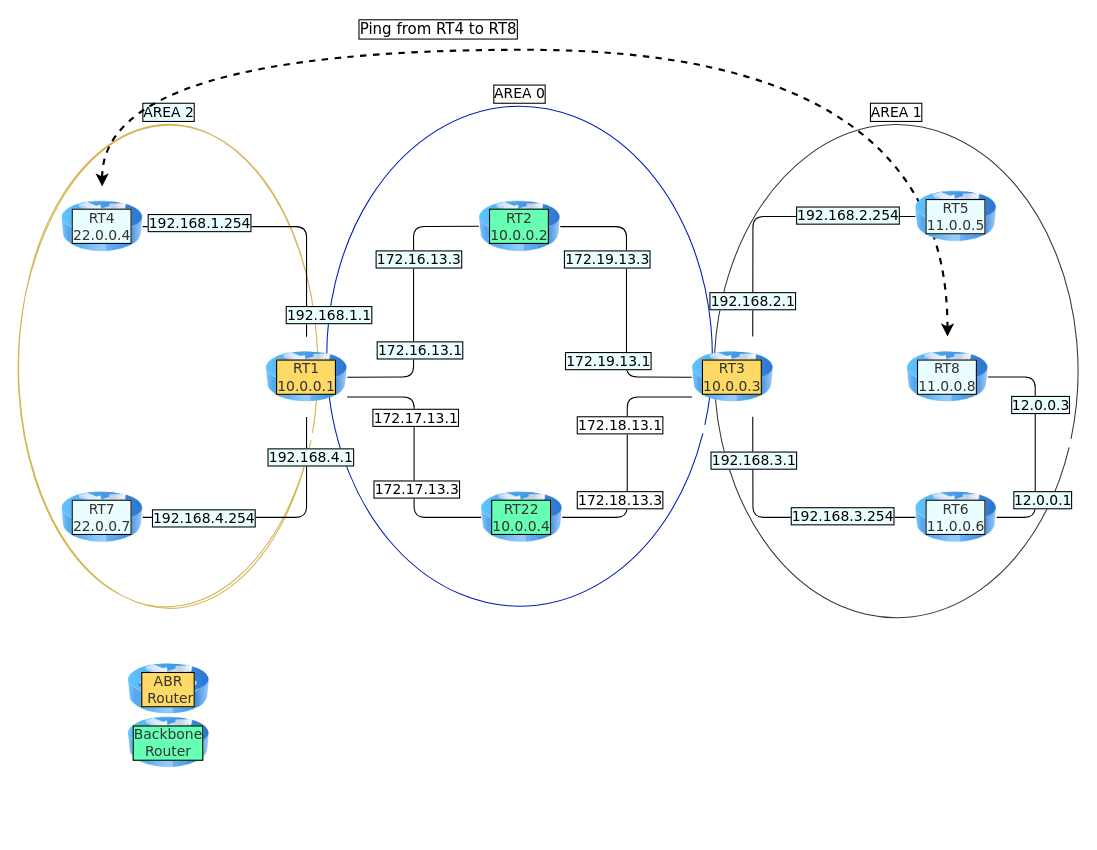
Shaligram/frr-testbed keeps this draw.io diagram as ospf_frr_netns_based_routing/OSPF_ABR.drawio. Above is the earlier version. Source tidied: cells renumbered, new cells numbered last; positions are measured from the earlier drawing's top-left corner, leaving out a move shared by most shapes. Both pictures are drawn from the tidied source at 107%, with x=0, y=0 at pixel (18, 49).
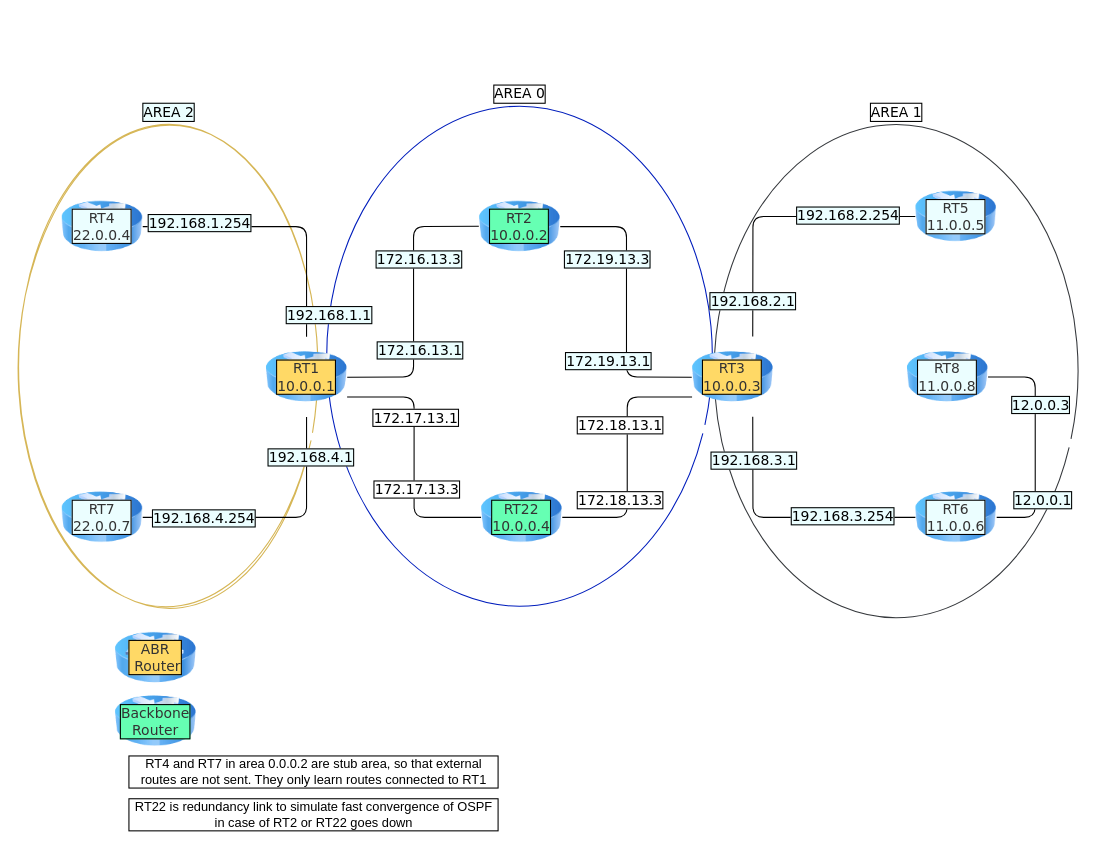
Above is the later version.

Commit message (it also covers changes not shown here):
ABR configs with stub no-summary area 2

The change refers to these unchanged cells:
```xml
<mxCell id="8" value="RT4&lt;br&gt;22.0.0.4" style="image;html=1;image=img/lib/clip_art/networking/Router_Icon_128x128.png;sketch=0;fillColor=#f5f5f5;fontColor=#333333;strokeColor=default;fontSize=13;fontFamily=Verdana;whiteSpace=wrap;spacing=0;strokeWidth=0;backgroundOutline=0;comic=0;enumerate=0;fixDash=1;snapToPoint=1;fontStyle=0;verticalAlign=middle;labelPosition=center;verticalLabelPosition=middle;align=center;labelBorderColor=default;labelBackgroundColor=#EBFEFF;" parent="1" vertex="1">
  <mxGeometry x="40" y="127.8" width="75.9" height="75" as="geometry" />
</mxCell>
<mxCell id="32" value="RT8&lt;br&gt;11.0.0.8" style="image;html=1;image=img/lib/clip_art/networking/Router_Icon_128x128.png;sketch=0;fillColor=#f5f5f5;fontColor=#333333;strokeColor=default;fontSize=13;fontFamily=Verdana;whiteSpace=wrap;spacing=0;strokeWidth=0;backgroundOutline=0;comic=0;enumerate=0;fixDash=1;snapToPoint=1;fontStyle=0;verticalAlign=middle;labelPosition=center;verticalLabelPosition=middle;align=center;labelBorderColor=default;labelBackgroundColor=#EBFEFF;" parent="1" vertex="1">
  <mxGeometry x="830" y="268.3" width="75.9" height="75" as="geometry" />
</mxCell>
```

What changed in the source:
```diff
@@
-    <mxCell id="6" style="edgeStyle=orthogonalEdgeStyle;jettySize=auto;html=1;exitX=0.5;exitY=0;exitDx=0;exitDy=0;fontFamily=Verdana;fontSize=13;endArrow=classic;endFill=1;curved=1;strokeColor=#000000;dashed=1;strokeWidth=2;startArrow=classic;startFill=1;" parent="1" edge="1" source="8" target="32">
-      <mxGeometry relative="1" as="geometry">
-        <Array as="points">
-          <mxPoint x="78" />
-          <mxPoint x="868" />
-        </Array>
-      </mxGeometry>
-    </mxCell>
-    <mxCell id="7" value="Ping from RT4 to RT8" style="edgeLabel;html=1;align=center;verticalAlign=middle;fontSize=14;fontFamily=Verdana;labelBorderColor=default;" parent="6" vertex="1">
-      <mxGeometry x="-0.23" y="2" relative="1" as="geometry">
-        <mxPoint x="-16" y="-18" as="offset" />
-      </mxGeometry>
-    </mxCell>
@@
     <mxCell id="43" value="ABR&lt;br&gt;&amp;nbsp;Router" style="image;html=1;image=img/lib/clip_art/networking/Router_Icon_128x128.png;sketch=0;fillColor=#f5f5f5;fontColor=#333333;strokeColor=default;fontSize=13;fontFamily=Verdana;whiteSpace=wrap;spacing=0;strokeWidth=0;backgroundOutline=0;comic=0;enumerate=0;fixDash=1;fontStyle=0;imageBackground=none;verticalAlign=middle;labelPosition=center;verticalLabelPosition=middle;align=center;labelBorderColor=default;labelBackgroundColor=#FFD966;" parent="1" vertex="1">
-      <mxGeometry x="102.1" y="560" width="75.9" height="75" as="geometry" />
+      <mxGeometry x="90" y="530.8" width="75.9" height="75" as="geometry" />
     </mxCell>
     <mxCell id="44" value="Backbone&lt;br&gt;Router" style="image;html=1;image=img/lib/clip_art/networking/Router_Icon_128x128.png;sketch=0;fillColor=#f5f5f5;fontColor=#333333;strokeColor=default;fontSize=13;fontFamily=Verdana;whiteSpace=wrap;spacing=0;strokeWidth=0;backgroundOutline=0;comic=0;enumerate=0;fixDash=1;fontStyle=0;verticalAlign=middle;labelPosition=center;verticalLabelPosition=middle;align=center;labelBorderColor=default;labelBackgroundColor=#66FFB3;" parent="1" vertex="1">
-      <mxGeometry x="102.1" y="610" width="75.9" height="75" as="geometry" />
+      <mxGeometry x="90" y="590" width="75.9" height="75" as="geometry" />
     </mxCell>
+    <mxCell id="45" value="RT22 is redundancy link to simulate fast convergence of OSPF in case of RT2 or RT22 goes down" style="text;html=1;strokeColor=none;fillColor=none;align=center;verticalAlign=middle;whiteSpace=wrap;rounded=0;labelBorderColor=default;" parent="1" vertex="1">
+      <mxGeometry x="102" y="700" width="348" height="30" as="geometry" />
+    </mxCell>
+    <mxCell id="46" value="RT4 and RT7 in area 0.0.0.2 are stub area, so that external routes are not sent. They only learn routes connected to RT1" style="text;html=1;strokeColor=none;fillColor=none;align=center;verticalAlign=middle;whiteSpace=wrap;rounded=0;labelBorderColor=default;" parent="1" vertex="1">
+      <mxGeometry x="102" y="660" width="348" height="30" as="geometry" />
+    </mxCell>
```
